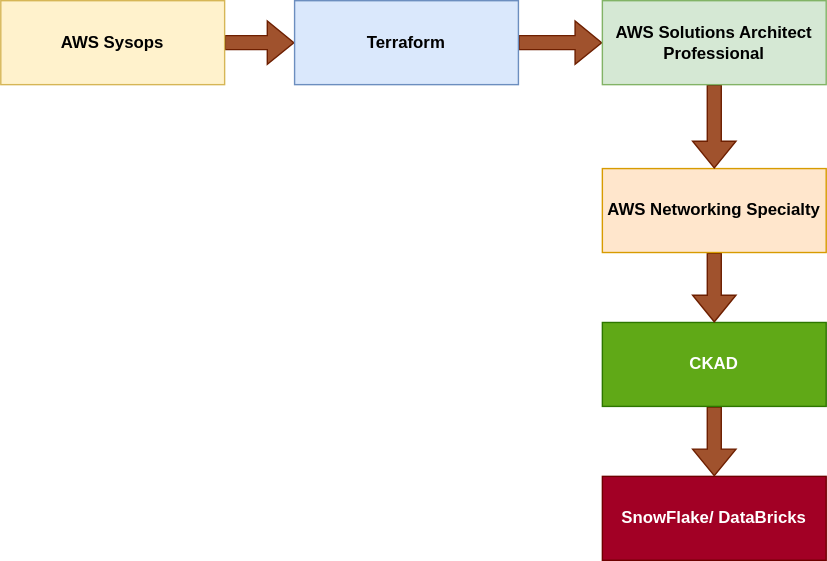
This is public/aws_cert.svg from cdgbabies/main-website-frontend, a draw.io export, as it was before one commit. Source tidied: cells renumbered, new cells last; positions are measured from the earlier drawing's top-left corner, leaving out a move shared by most shapes.
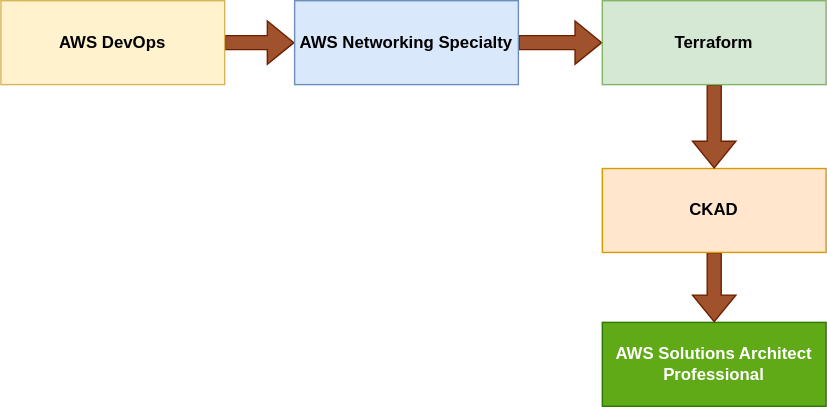
After the change.

What changed in the source:
```diff
@@ -5,34 +5,28 @@
     <mxCell id="2" style="edgeStyle=orthogonalEdgeStyle;rounded=0;jettySize=auto;html=1;shape=flexArrow;fillColor=#a0522d;strokeColor=#6D1F00;" parent="1" edge="1" source="3" target="10">
       <mxGeometry relative="1" as="geometry" />
     </mxCell>
-    <mxCell id="3" value="AWS Sysops" style="rounded=0;whiteSpace=wrap;html=1;fontStyle=1;fillColor=#fff2cc;strokeColor=#d6b656;" parent="1" vertex="1">
+    <mxCell id="3" value="AWS DevOps" style="rounded=0;whiteSpace=wrap;html=1;fontStyle=1;fillColor=#fff2cc;strokeColor=#d6b656;" parent="1" vertex="1">
       <mxGeometry width="160" height="60" as="geometry" />
     </mxCell>
-    <mxCell id="4" value="SnowFlake/ DataBricks" style="rounded=0;whiteSpace=wrap;html=1;fontStyle=1;fillColor=#a20025;fontColor=#ffffff;strokeColor=#6F0000;" parent="1" vertex="1">
-      <mxGeometry x="430" y="340" width="160" height="60" as="geometry" />
-    </mxCell>
-    <mxCell id="5" style="edgeStyle=orthogonalEdgeStyle;shape=flexArrow;rounded=0;jettySize=auto;html=1;fillColor=#a0522d;strokeColor=#6D1F00;" parent="1" edge="1" source="6" target="4">
-      <mxGeometry relative="1" as="geometry" />
-    </mxCell>
-    <mxCell id="6" value="CKAD" style="rounded=0;whiteSpace=wrap;html=1;fontStyle=1;fillColor=#60a917;fontColor=#ffffff;strokeColor=#2D7600;" parent="1" vertex="1">
+    <mxCell id="6" value="AWS Solutions Architect Professional" style="rounded=0;whiteSpace=wrap;html=1;fontStyle=1;fillColor=#60a917;fontColor=#ffffff;strokeColor=#2D7600;" parent="1" vertex="1">
       <mxGeometry x="430" y="230" width="160" height="60" as="geometry" />
     </mxCell>
     <mxCell id="7" style="edgeStyle=orthogonalEdgeStyle;shape=flexArrow;rounded=0;jettySize=auto;html=1;fillColor=#a0522d;strokeColor=#6D1F00;" parent="1" edge="1" source="8" target="6">
       <mxGeometry relative="1" as="geometry" />
     </mxCell>
-    <mxCell id="8" value="AWS Networking Specialty" style="rounded=0;whiteSpace=wrap;html=1;fontStyle=1;fillColor=#ffe6cc;strokeColor=#d79b00;" parent="1" vertex="1">
+    <mxCell id="8" value="CKAD" style="rounded=0;whiteSpace=wrap;html=1;fontStyle=1;fillColor=#ffe6cc;strokeColor=#d79b00;" parent="1" vertex="1">
       <mxGeometry x="430" y="120" width="160" height="60" as="geometry" />
     </mxCell>
     <mxCell id="9" style="edgeStyle=orthogonalEdgeStyle;shape=flexArrow;rounded=0;jettySize=auto;html=1;fillColor=#a0522d;strokeColor=#6D1F00;" parent="1" edge="1" source="10" target="12">
       <mxGeometry relative="1" as="geometry" />
     </mxCell>
-    <mxCell id="10" value="Terraform" style="rounded=0;whiteSpace=wrap;html=1;fontStyle=1;fillColor=#dae8fc;strokeColor=#6c8ebf;" parent="1" vertex="1">
+    <mxCell id="10" value="AWS Networking Specialty" style="rounded=0;whiteSpace=wrap;html=1;fontStyle=1;fillColor=#dae8fc;strokeColor=#6c8ebf;" parent="1" vertex="1">
       <mxGeometry x="210" width="160" height="60" as="geometry" />
     </mxCell>
     <mxCell id="11" style="edgeStyle=orthogonalEdgeStyle;shape=flexArrow;rounded=0;jettySize=auto;html=1;fillColor=#a0522d;strokeColor=#6D1F00;" parent="1" edge="1" source="12" target="8">
       <mxGeometry relative="1" as="geometry" />
     </mxCell>
-    <mxCell id="12" value="AWS Solutions Architect Professional" style="rounded=0;whiteSpace=wrap;html=1;fontStyle=1;fillColor=#d5e8d4;strokeColor=#82b366;" parent="1" vertex="1">
+    <mxCell id="12" value="Terraform" style="rounded=0;whiteSpace=wrap;html=1;fontStyle=1;fillColor=#d5e8d4;strokeColor=#82b366;" parent="1" vertex="1">
       <mxGeometry x="430" width="160" height="60" as="geometry" />
     </mxCell>
   </root>
```
